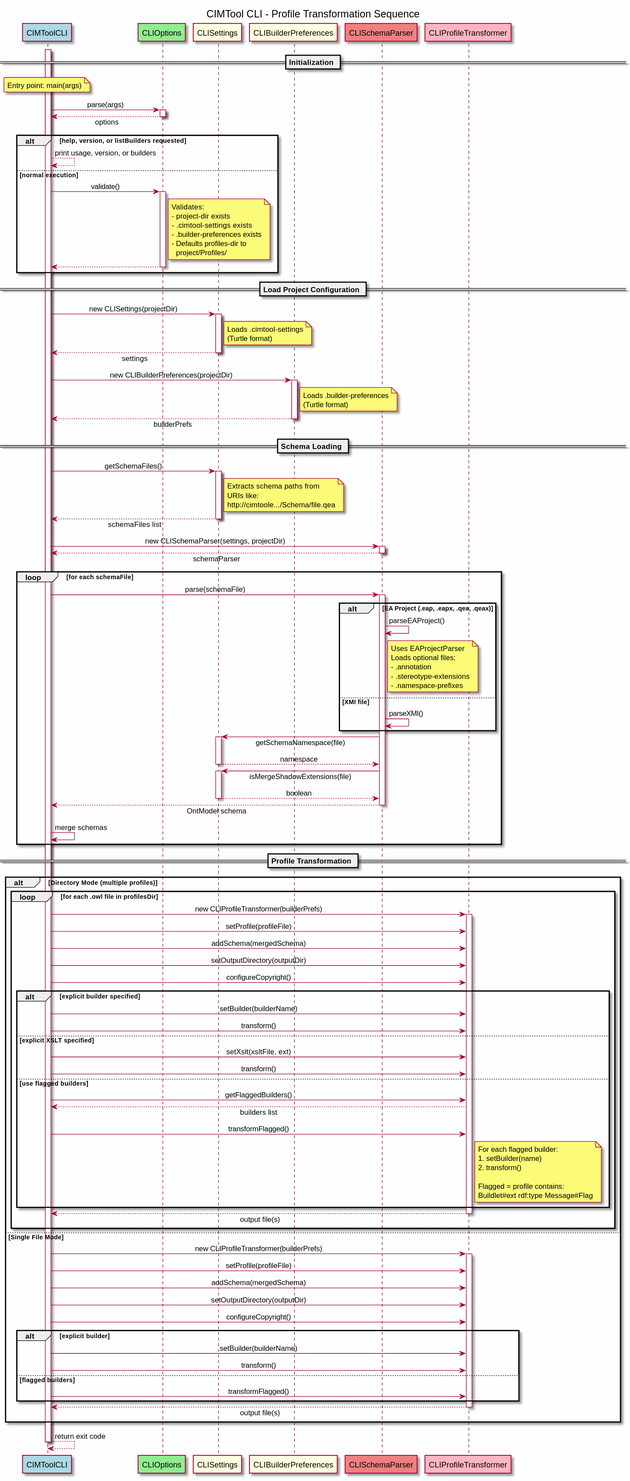
Above: dev-docs/Includes/CIMUtil/readme-images/CIMTool_CLI_Profile_Transformation_Sequence_Diagram.svg in cimug-org/CIMTool (PlantUML), before the change. Its source is kept beside it as dev-docs/Includes/CIMUtil/readme-images/CIMTool_CLI_Profile_Transformation_Sequence_Diagram.puml.
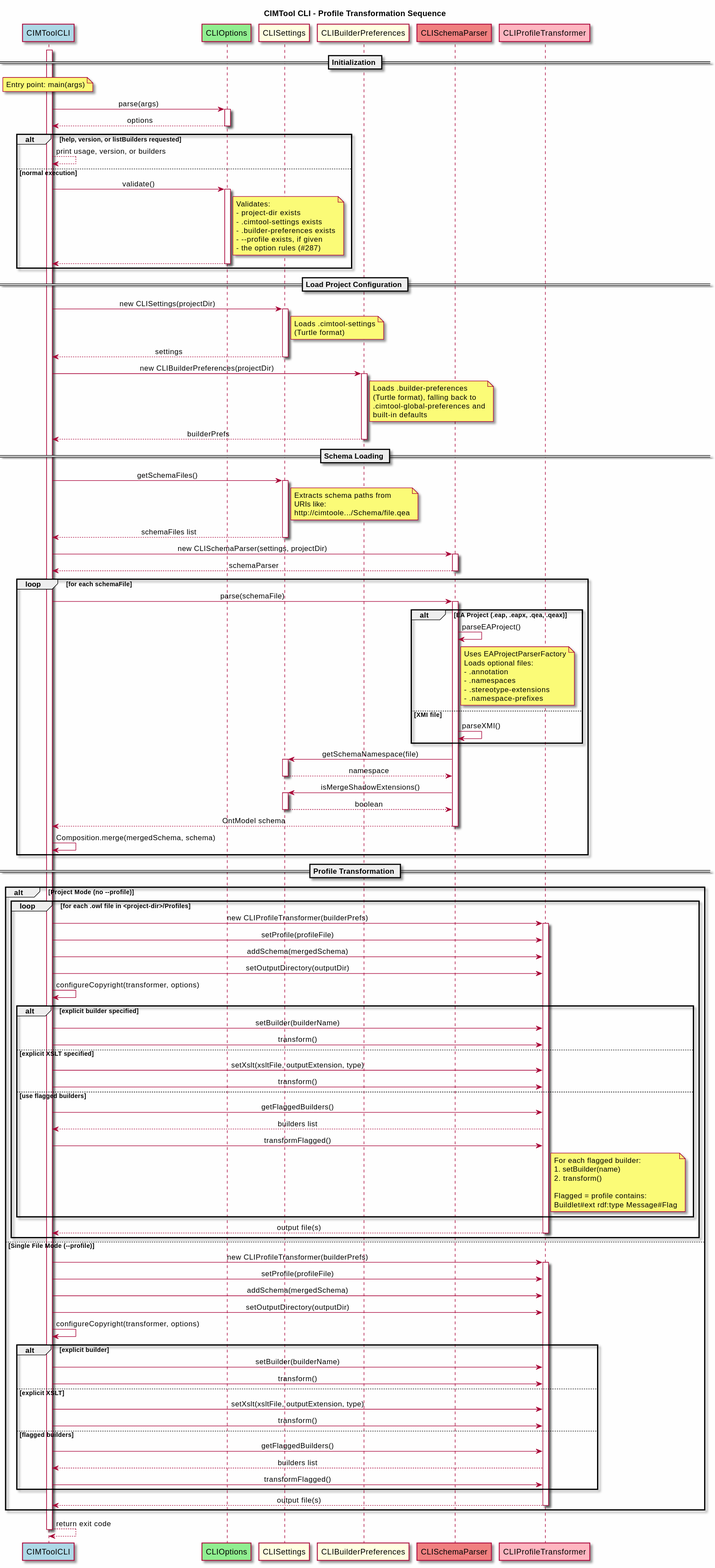
After the change.

Diff of the diagram source:
```diff
@@ -1,4 +1,6 @@
 @startuml CLI Package Sequence Diagram
+
+skin rose
 
 title CIMTool CLI - Profile Transformation Sequence
 
@@ -33,8 +35,8 @@
         - project-dir exists
         - .cimtool-settings exists
         - .builder-preferences exists
-        - Defaults profiles-dir to
-          project/Profiles/
+        - ~--profile exists, if given
+        - the option rules (#287)
     end note
     OPT --> CLI
     deactivate OPT
@@ -55,7 +57,9 @@
 activate PREF
 note right of PREF
     Loads .builder-preferences
-    (Turtle format)
+    (Turtle format), falling back to
+    .cimtool-global-preferences and
+    built-in defaults
 end note
 PREF --> CLI : builderPrefs
 deactivate PREF
@@ -84,9 +88,10 @@
     alt EA Project (.eap, .eapx, .qea, .qeax)
         PARSE -> PARSE : parseEAProject()
         note right of PARSE
-            Uses EAProjectParser
+            Uses EAProjectParserFactory
             Loads optional files:
             - .annotation
+            - .namespaces
             - .stereotype-extensions
             - .namespace-prefixes
         end note
@@ -99,7 +104,7 @@
     SET --> PARSE : namespace
     deactivate SET
 
-    PARSE -> SET : isMergeShadowExtensions(file)
+    PARSE -> SET : isMergeShadowExtensions()
     activate SET
     SET --> PARSE : boolean
     deactivate SET
@@ -107,27 +112,27 @@
     PARSE --> CLI : OntModel schema
     deactivate PARSE
 
-    CLI -> CLI : merge schemas
+    CLI -> CLI : Composition.merge(mergedSchema, schema)
 end
 
 == Profile Transformation ==
 
-alt Directory Mode (multiple profiles)
+alt Project Mode (no ~--profile)
 
-    loop for each .owl file in profilesDir
+    loop for each .owl file in <project-dir>/Profiles
         CLI -> TRANS : new CLIProfileTransformer(builderPrefs)
         activate TRANS
 
         CLI -> TRANS : setProfile(profileFile)
         CLI -> TRANS : addSchema(mergedSchema)
         CLI -> TRANS : setOutputDirectory(outputDir)
-        CLI -> TRANS : configureCopyright()
+        CLI -> CLI : configureCopyright(transformer, options)
 
         alt explicit builder specified
             CLI -> TRANS : setBuilder(builderName)
             CLI -> TRANS : transform()
         else explicit XSLT specified
-            CLI -> TRANS : setXslt(xsltFile, ext)
+            CLI -> TRANS : setXslt(xsltFile, outputExtension, type)
             CLI -> TRANS : transform()
         else use flagged builders
             CLI -> TRANS : getFlaggedBuilders()
@@ -147,7 +152,7 @@
         deactivate TRANS
     end
 
-else Single File Mode
+else Single File Mode (~--profile)
 
     CLI -> TRANS : new CLIProfileTransformer(builderPrefs)
     activate TRANS
@@ -155,12 +160,17 @@
     CLI -> TRANS : setProfile(profileFile)
     CLI -> TRANS : addSchema(mergedSchema)
     CLI -> TRANS : setOutputDirectory(outputDir)
-    CLI -> TRANS : configureCopyright()
+    CLI -> CLI : configureCopyright(transformer, options)
 
     alt explicit builder
         CLI -> TRANS : setBuilder(builderName)
         CLI -> TRANS : transform()
+    else explicit XSLT
+        CLI -> TRANS : setXslt(xsltFile, outputExtension, type)
+        CLI -> TRANS : transform()
     else flagged builders
+        CLI -> TRANS : getFlaggedBuilders()
+        TRANS --> CLI : builders list
         CLI -> TRANS : transformFlagged()
     end
 
```
